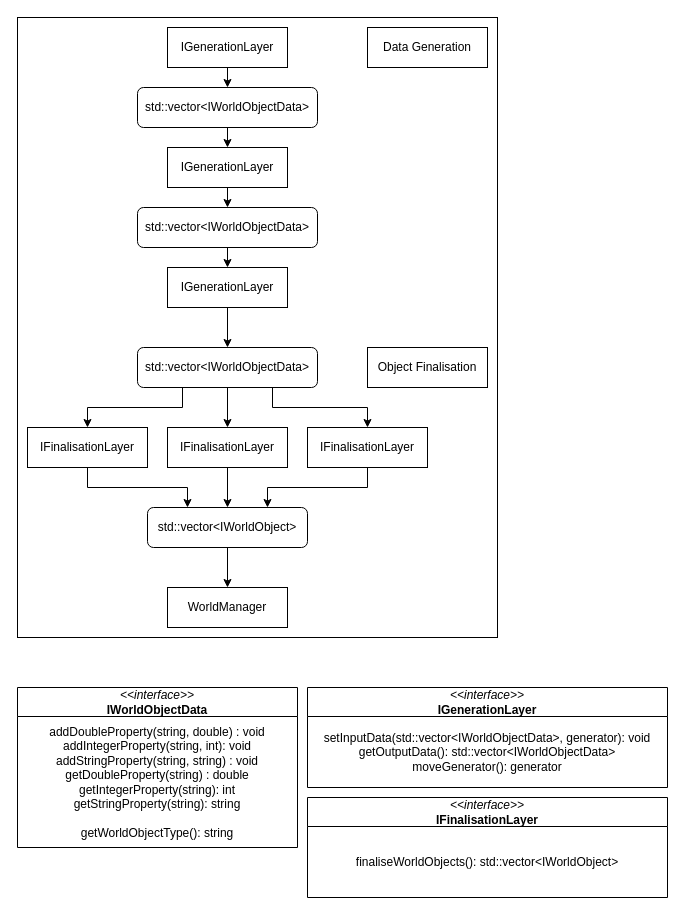
This is docs/Generation Architecture.drawio from ThudPoland/liblocus, a draw.io file, before an edit. Source tidied: cells renumbered, new cells numbered last; positions are measured from the earlier drawing's top-left corner, leaving out a move shared by most shapes. Both pictures are drawn from the tidied source at 100%, with x=0, y=0 at pixel (17, 17).
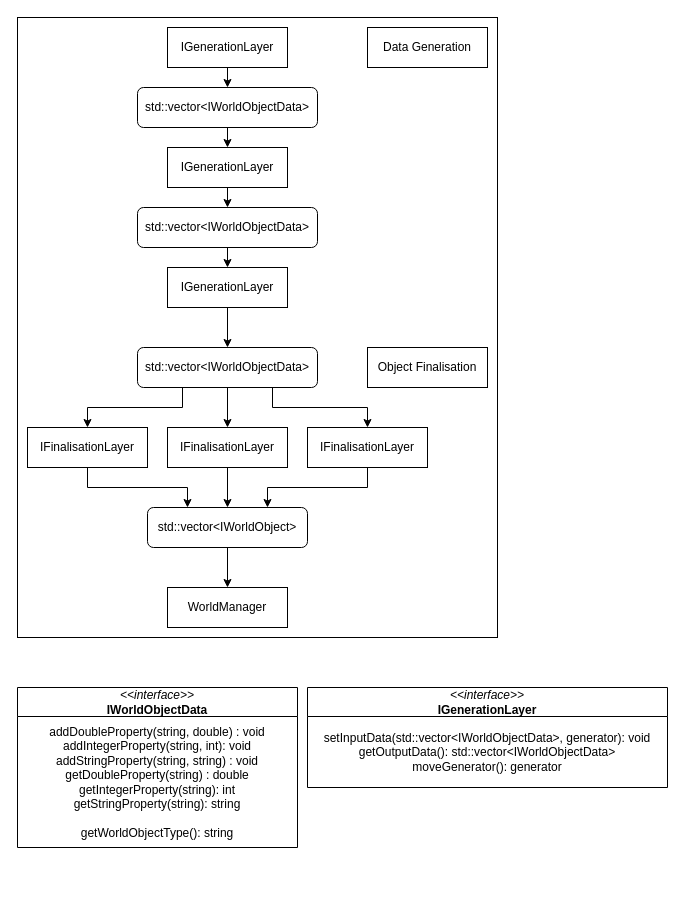
The same diagram, later.

Diff of the diagram source:
```diff
@@
-    <mxCell id="32" value="&lt;i style=&quot;font-weight: normal;&quot;&gt;&amp;lt;&amp;lt;interface&amp;gt;&amp;gt;&lt;/i&gt;&lt;br&gt;IFinalisationLayer" style="swimlane;fontStyle=1;align=center;verticalAlign=middle;horizontal=1;startSize=29;html=1;whiteSpace=wrap;" parent="1" vertex="1">
-      <mxGeometry x="290" y="780" width="360" height="100" as="geometry" />
-    </mxCell>
-    <mxCell id="33" value="finaliseWorldObjects(): std::vector&amp;lt;IWorldObject&amp;gt;" style="text;html=1;strokeColor=none;fillColor=none;align=center;verticalAlign=middle;spacingLeft=4;spacingRight=4;overflow=hidden;whiteSpace=wrap;" parent="32" vertex="1">
-      <mxGeometry y="29" width="360" height="71" as="geometry" />
-    </mxCell>
```
